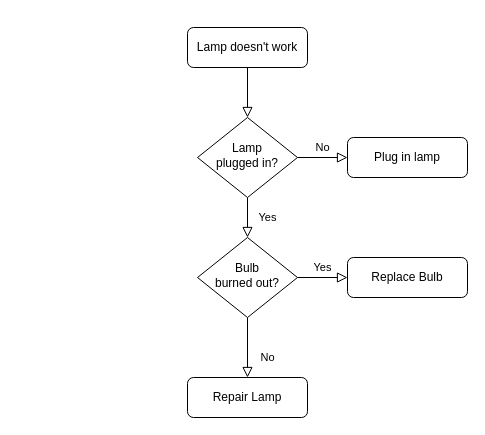
Above: src/Untitled Diagram.drawio in Akbarov/Functions (draw.io), before the change. Source tidied: cells renumbered, new cells numbered last; positions are measured from the earlier drawing's top-left corner, leaving out a move shared by most shapes. Both pictures are drawn from the tidied source at 100%, with x=0, y=0 at pixel (187, 27).
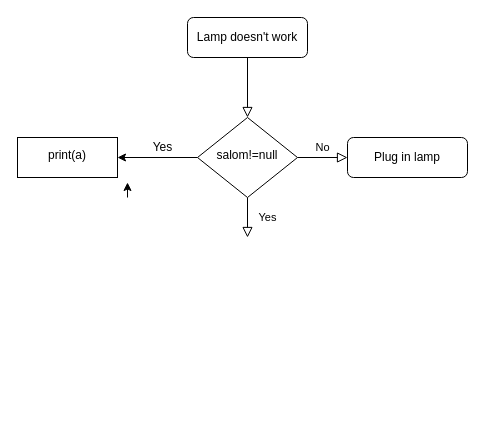
The same diagram, later.

Diff of the diagram source:
```diff
@@
 <mxGraphModel>
   <root>
     <mxCell id="0" />
     <mxCell id="1" parent="0" />
     <mxCell id="2" style="rounded=0;html=1;jettySize=auto;fontSize=11;endArrow=block;endFill=0;endSize=8;strokeWidth=1;shadow=0;labelBackgroundColor=none;edgeStyle=orthogonalEdgeStyle;" parent="1" edge="1" source="3" target="6">
       <mxGeometry relative="1" as="geometry" />
     </mxCell>
     <mxCell id="3" value="Lamp doesn't work" style="rounded=1;whiteSpace=wrap;html=1;fontSize=12;glass=0;strokeWidth=1;shadow=0;" parent="1" vertex="1">
-      <mxGeometry width="120" height="40" as="geometry" />
+      <mxGeometry y="-10" width="120" height="40" as="geometry" />
     </mxCell>
-    <mxCell id="4" value="Yes" style="rounded=0;html=1;jettySize=auto;fontSize=11;endArrow=block;endFill=0;endSize=8;strokeWidth=1;shadow=0;labelBackgroundColor=none;edgeStyle=orthogonalEdgeStyle;" parent="1" edge="1" source="6" target="10">
-      <mxGeometry y="20" relative="1" as="geometry" />
+    <mxCell id="4" value="Yes" style="rounded=0;html=1;jettySize=auto;fontSize=11;endArrow=block;endFill=0;endSize=8;strokeWidth=1;shadow=0;labelBackgroundColor=none;edgeStyle=orthogonalEdgeStyle;" parent="1" edge="1" source="6">
+      <mxGeometry y="20" relative="1" as="geometry">
+        <mxPoint x="60" y="210" as="targetPoint" />
+        <Array as="points">
+          <mxPoint x="10" y="150" />
+          <mxPoint x="10" y="150" />
+        </Array>
+      </mxGeometry>
     </mxCell>
     <mxCell id="5" value="No" style="edgeStyle=orthogonalEdgeStyle;rounded=0;html=1;jettySize=auto;fontSize=11;endArrow=block;endFill=0;endSize=8;strokeWidth=1;shadow=0;labelBackgroundColor=none;" parent="1" edge="1" source="6" target="7">
       <mxGeometry y="10" relative="1" as="geometry" />
     </mxCell>
+    <mxCell id="13" style="edgeStyle=orthogonalEdgeStyle;rounded=0;jettySize=auto;html=1;" parent="1" edge="1" source="6" target="15">
+      <mxGeometry relative="1" as="geometry" />
+    </mxCell>
-    <mxCell id="6" value="Lamp&lt;br&gt;plugged in?" style="rhombus;whiteSpace=wrap;html=1;shadow=0;fontFamily=Helvetica;fontSize=12;align=center;strokeWidth=1;spacing=6;spacingTop=-4;" parent="1" vertex="1">
+    <mxCell id="6" value="salom!=null" style="rhombus;whiteSpace=wrap;html=1;shadow=0;fontFamily=Helvetica;fontSize=12;align=center;strokeWidth=1;spacing=6;spacingTop=-4;" parent="1" vertex="1">
       <mxGeometry x="10" y="90" width="100" height="80" as="geometry" />
     </mxCell>
     <mxCell id="7" value="Plug in lamp" style="rounded=1;whiteSpace=wrap;html=1;fontSize=12;glass=0;strokeWidth=1;shadow=0;" parent="1" vertex="1">
       <mxGeometry x="160" y="110" width="120" height="40" as="geometry" />
     </mxCell>
-    <mxCell id="8" value="No" style="rounded=0;html=1;jettySize=auto;fontSize=11;endArrow=block;endFill=0;endSize=8;strokeWidth=1;shadow=0;labelBackgroundColor=none;edgeStyle=orthogonalEdgeStyle;" parent="1" edge="1" source="10" target="11">
-      <mxGeometry x="0.33" y="20" relative="1" as="geometry" />
-    </mxCell>
+    <mxCell id="14" style="edgeStyle=orthogonalEdgeStyle;rounded=0;orthogonalLoop=1;jettySize=auto;html=1;exitX=1;exitY=1;exitDx=0;exitDy=0;entryX=1;entryY=0.75;entryDx=0;entryDy=0;" parent="1" edge="1">
+      <mxGeometry relative="1" as="geometry">
+        <mxPoint x="-60" y="170" as="sourcePoint" />
+        <mxPoint x="-60" y="155" as="targetPoint" />
+      </mxGeometry>
+    </mxCell>
+    <mxCell id="15" value="print(a)" style="whiteSpace=wrap;html=1;shadow=0;strokeWidth=1;spacing=6;spacingTop=-4;" parent="1" vertex="1">
+      <mxGeometry x="-170" y="110" width="100" height="40" as="geometry" />
+    </mxCell>
-    <mxCell id="9" value="Yes" style="edgeStyle=orthogonalEdgeStyle;rounded=0;html=1;jettySize=auto;fontSize=11;endArrow=block;endFill=0;endSize=8;strokeWidth=1;shadow=0;labelBackgroundColor=none;" parent="1" edge="1" source="10" target="12">
-      <mxGeometry y="10" relative="1" as="geometry" />
+    <mxCell id="9" value="Yes" style="text;html=1;align=center;verticalAlign=middle;strokeColor=none;" parent="1" vertex="1">
+      <mxGeometry x="-40" y="110" width="30" height="20" as="geometry" />
     </mxCell>
-    <mxCell id="10" value="Bulb&lt;br&gt;burned out?" style="rhombus;whiteSpace=wrap;html=1;shadow=0;fontFamily=Helvetica;fontSize=12;align=center;strokeWidth=1;spacing=6;spacingTop=-4;" parent="1" vertex="1">
-      <mxGeometry x="10" y="210" width="100" height="80" as="geometry" />
-    </mxCell>
-    <mxCell id="11" value="Repair Lamp" style="rounded=1;whiteSpace=wrap;html=1;fontSize=12;glass=0;strokeWidth=1;shadow=0;" parent="1" vertex="1">
-      <mxGeometry y="350" width="120" height="40" as="geometry" />
-    </mxCell>
-    <mxCell id="12" value="Replace Bulb" style="rounded=1;whiteSpace=wrap;html=1;fontSize=12;glass=0;strokeWidth=1;shadow=0;" parent="1" vertex="1">
-      <mxGeometry x="160" y="230" width="120" height="40" as="geometry" />
-    </mxCell>
   </root>
 </mxGraphModel>
```
